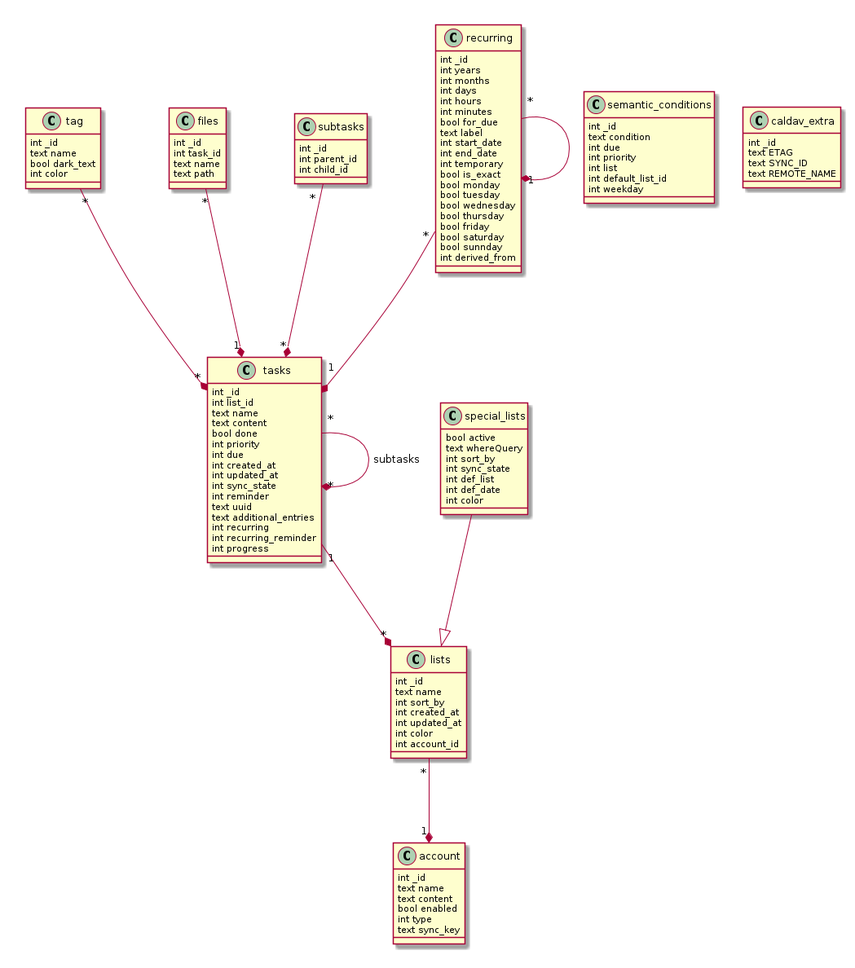
Above: diagramms/database.png in omefire/mirakel-android (PlantUML), before the change. Source of this version:
```plantuml
@startuml
class "lists" {
int _id
text name
int sort_by
int created_at
int updated_at
int color
int account_id
}
class "tasks" {
int _id
int list_id
text name
text content
bool done
int priority
int due
int created_at
int updated_at
int sync_state
int reminder
text uuid
text additional_entries
int recurring
int recurring_reminder
int progress
}
tasks "1" --* "*" lists
tasks "*" --* "*" tasks : subtasks
class "tag" {
int _id
text name
bool dark_text
int color
}
tag "*" --* "*" tasks

class "special_lists" {
bool active
text whereQuery
int sort_by
int sync_state
int def_list
int def_date
int color
}
special_lists --|> lists
class "semantic_conditions" {
int _id
text condition
int due
int priority
int list
int default_list_id
int weekday
}
class "files" {
int _id
int task_id
text name
text path
}
files "*" --* "1" tasks

class "subtasks" {
int _id
int parent_id
int child_id
}
subtasks "*" --* "*" tasks

class recurring {
int _id
int years
int months
int days
int hours
int minutes
bool for_due
text label
int start_date
int end_date
int temporary
bool is_exact
bool monday
bool tuesday
bool wednesday
bool thursday
bool friday
bool saturday
bool sunnday
int derived_from
}
recurring "*" --* "1" recurring
recurring "*" --* "1" tasks
class account {
int _id
text name
text content
bool enabled
int type
text sync_key
}
lists "*" --* "1" account

class caldav_extra {
int _id
text ETAG
text SYNC_ID
text REMOTE_NAME
}

@enduml
```
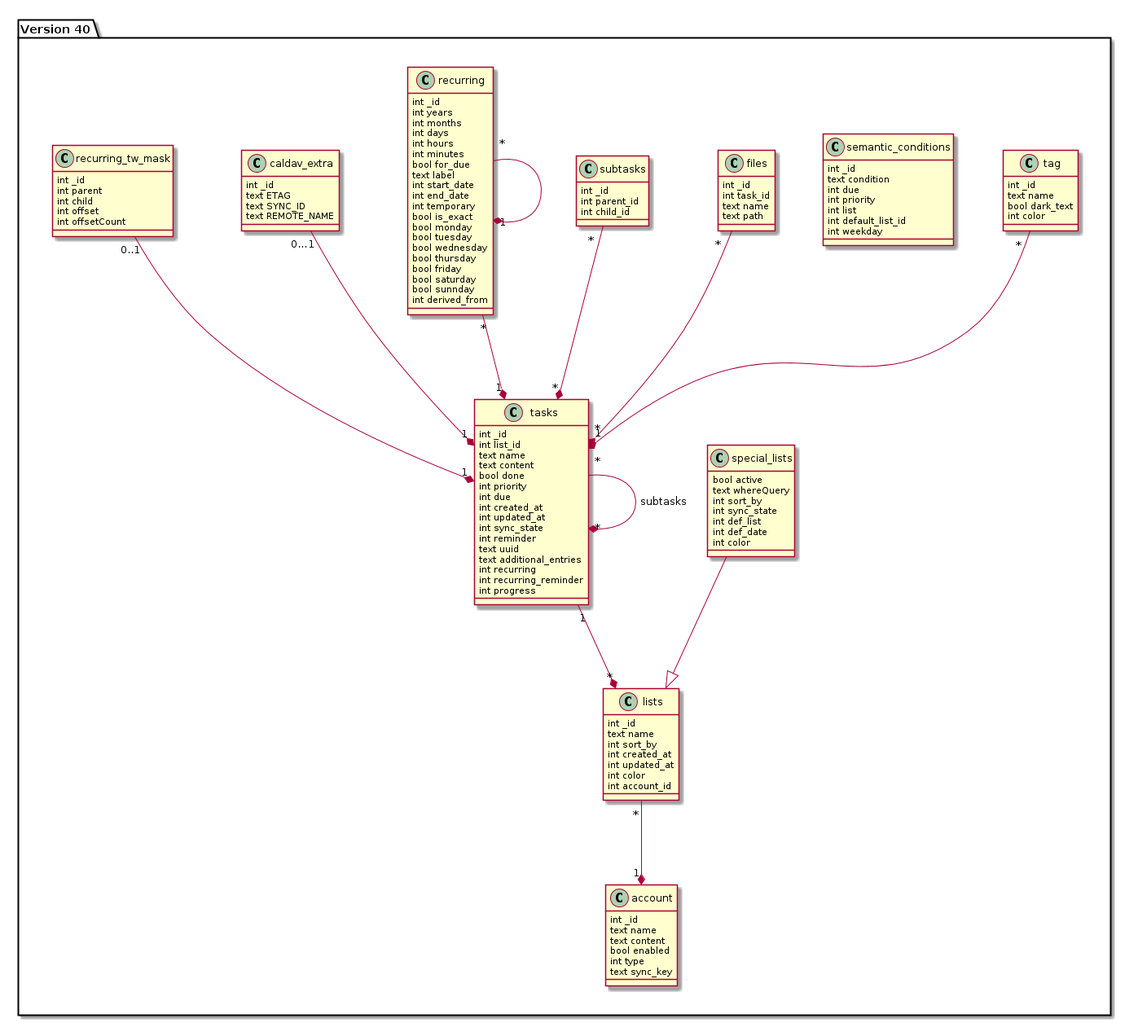
The same file after the commit.

Commit message:
Updated Database diagramm

Change to the diagram source:
```diff
@@ -1,4 +1,5 @@
 @startuml
+package "Version 40" {
 class "lists" {
 int _id
 text name
@@ -110,5 +111,16 @@
 text SYNC_ID
 text REMOTE_NAME
 }
+caldav_extra "0?1" --* "1" tasks
+
+class recurring_tw_mask {
+int _id
+int parent
+int child
+int offset
+int offsetCount
+}
+recurring_tw_mask "0..1" --* "1" tasks
+}
 
 @enduml
```
